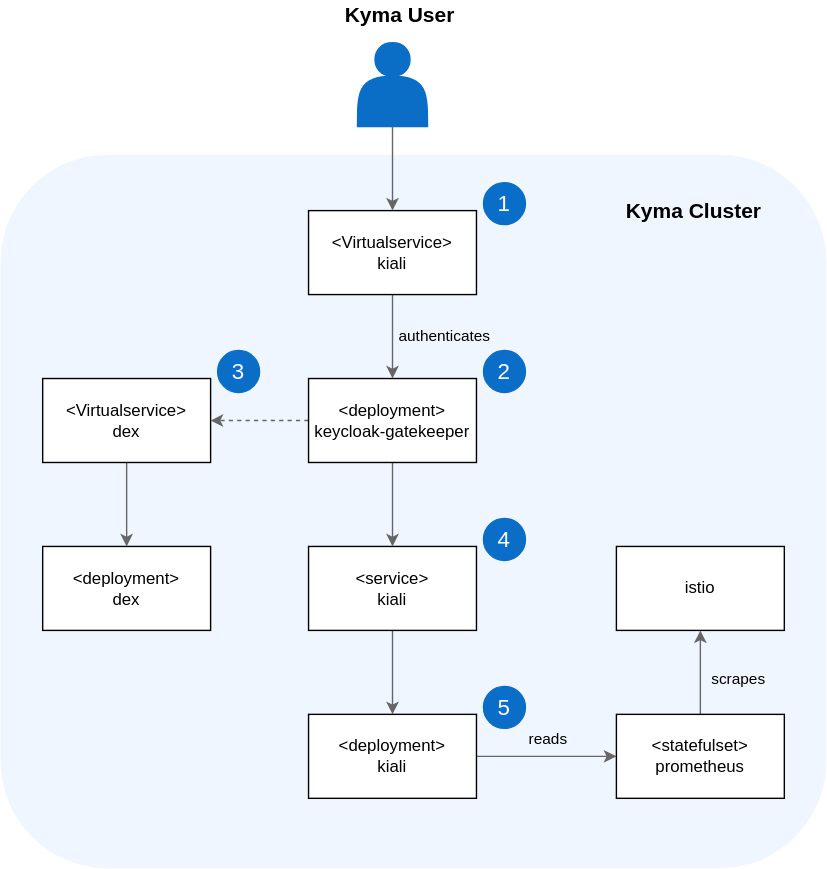
Above: docs/05-technical-reference/00-architecture/assets/obsv-kiali-architecture.svg in kyma-project/kyma (draw.io), before the change. Source tidied: cells renumbered, new cells last; positions are measured from the earlier drawing's top-left corner, leaving out a move shared by most shapes.
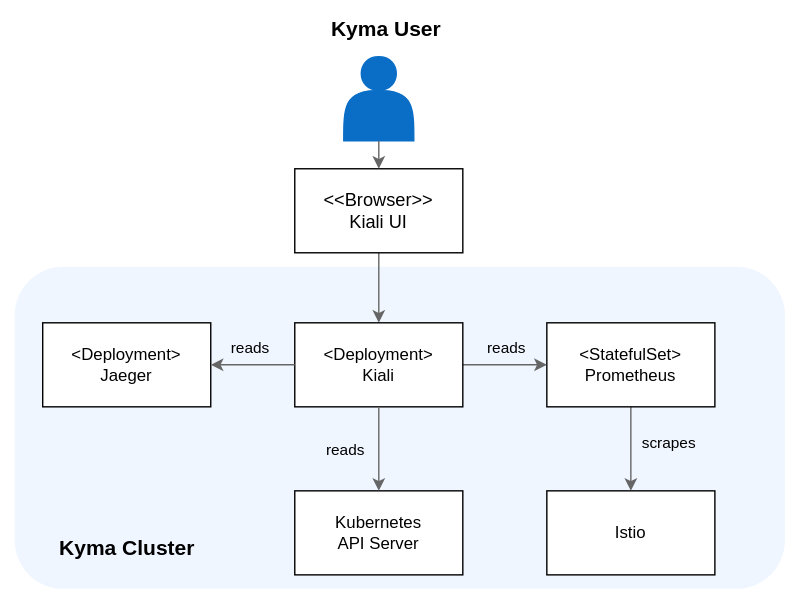
After the change.

Change to the diagram source:
```diff
@@ -2,38 +2,21 @@
   <root>
     <mxCell id="0" />
     <mxCell id="1" parent="0" />
+    <mxCell id="30" style="rounded=0;whiteSpace=wrap;html=1;strokeColor=none;fillColor=#FFFFFF;" parent="1" vertex="1">
+      <mxGeometry x="-10" y="40" width="570" height="420" as="geometry" />
+    </mxCell>
     <mxCell id="2" style="rounded=1;whiteSpace=wrap;html=1;strokeColor=none;fillColor=#F0F6FF;" parent="1" vertex="1">
-      <mxGeometry y="110" width="590" height="510" as="geometry" />
+      <mxGeometry y="230" width="550" height="230" as="geometry" />
     </mxCell>
     <mxCell id="3" value="&lt;font style=&quot;font-size: 15px&quot;&gt;&lt;b&gt;Kyma Cluster&lt;/b&gt;&lt;/font&gt;" style="text;html=1;align=center;verticalAlign=middle;" parent="1" vertex="1">
-      <mxGeometry x="440" y="140" width="110" height="20" as="geometry" />
+      <mxGeometry x="25" y="420" width="110" height="20" as="geometry" />
     </mxCell>
-    <mxCell id="4" style="edgeStyle=orthogonalEdgeStyle;rounded=1;jettySize=auto;html=1;strokeColor=#666666;" parent="1" edge="1" source="6" target="11">
+    <mxCell id="4" style="edgeStyle=orthogonalEdgeStyle;rounded=1;jettySize=auto;html=1;strokeColor=#666666;entryX=0.5;entryY=0;entryDx=0;entryDy=0;" parent="1" edge="1" source="6" target="14">
       <mxGeometry relative="1" as="geometry" />
     </mxCell>
-    <mxCell id="5" value="authenticates" style="edgeLabel;html=1;align=center;verticalAlign=middle;labelBackgroundColor=none;" parent="4" vertex="1">
-      <mxGeometry x="0.05" y="2" relative="1" as="geometry">
-        <mxPoint x="34" y="-3" as="offset" />
-      </mxGeometry>
-    </mxCell>
-    <mxCell id="6" value="&amp;lt;Virtualservice&amp;gt;&lt;br&gt;kiali" style="rounded=0;whiteSpace=wrap;html=1;" parent="1" vertex="1">
-      <mxGeometry x="220" y="150" width="120" height="60" as="geometry" />
+    <mxCell id="6" value="&lt;span style=&quot;font-size: 13px&quot;&gt;&amp;lt;&amp;lt;Browser&amp;gt;&amp;gt;&lt;/span&gt;&lt;br style=&quot;font-size: 13px&quot;&gt;&lt;span style=&quot;font-size: 13px&quot;&gt;Kiali UI&lt;/span&gt;" style="rounded=0;whiteSpace=wrap;html=1;" parent="1" vertex="1">
+      <mxGeometry x="200" y="160" width="120" height="60" as="geometry" />
     </mxCell>
-    <mxCell id="7" style="edgeStyle=orthogonalEdgeStyle;rounded=1;jettySize=auto;html=1;exitX=0.5;exitY=1;exitDx=0;exitDy=0;strokeColor=#666666;" parent="1" edge="1" source="8" target="14">
-      <mxGeometry relative="1" as="geometry" />
-    </mxCell>
-    <mxCell id="8" value="&amp;lt;service&amp;gt;&lt;br&gt;kiali" style="rounded=0;whiteSpace=wrap;html=1;" parent="1" vertex="1">
-      <mxGeometry x="220" y="390" width="120" height="60" as="geometry" />
-    </mxCell>
-    <mxCell id="9" style="edgeStyle=orthogonalEdgeStyle;rounded=1;jettySize=auto;html=1;exitX=0.5;exitY=1;exitDx=0;exitDy=0;entryX=0.5;entryY=0;entryDx=0;entryDy=0;strokeColor=#666666;" parent="1" edge="1" source="11" target="8">
-      <mxGeometry relative="1" as="geometry" />
-    </mxCell>
-    <mxCell id="10" style="edgeStyle=orthogonalEdgeStyle;rounded=1;jettySize=auto;html=1;dashed=1;strokeColor=#666666;" parent="1" edge="1" source="11" target="20">
-      <mxGeometry relative="1" as="geometry" />
-    </mxCell>
-    <mxCell id="11" value="&amp;lt;deployment&amp;gt;&lt;br&gt;keycloak-gatekeeper" style="rounded=0;whiteSpace=wrap;html=1;" parent="1" vertex="1">
-      <mxGeometry x="220" y="270" width="120" height="60" as="geometry" />
-    </mxCell>
     <mxCell id="12" style="edgeStyle=orthogonalEdgeStyle;rounded=1;jettySize=auto;html=1;exitX=1;exitY=0.5;exitDx=0;exitDy=0;entryX=0;entryY=0.5;entryDx=0;entryDy=0;strokeColor=#666666;" parent="1" edge="1" source="14" target="17">
       <mxGeometry relative="1" as="geometry" />
     </mxCell>
@@ -42,10 +25,10 @@
         <mxPoint x="-1" y="-13" as="offset" />
       </mxGeometry>
     </mxCell>
-    <mxCell id="14" value="&amp;lt;deployment&amp;gt;&lt;br&gt;kiali" style="rounded=0;whiteSpace=wrap;html=1;" parent="1" vertex="1">
-      <mxGeometry x="220" y="510" width="120" height="60" as="geometry" />
+    <mxCell id="14" value="&amp;lt;Deployment&amp;gt;&lt;br&gt;Kiali" style="rounded=0;whiteSpace=wrap;html=1;" parent="1" vertex="1">
+      <mxGeometry x="200" y="270" width="120" height="60" as="geometry" />
     </mxCell>
-    <mxCell id="15" style="edgeStyle=orthogonalEdgeStyle;rounded=1;jettySize=auto;html=1;exitX=0.5;exitY=0;exitDx=0;exitDy=0;entryX=0.5;entryY=1;entryDx=0;entryDy=0;strokeColor=#666666;" parent="1" edge="1" source="17" target="21">
+    <mxCell id="15" style="edgeStyle=orthogonalEdgeStyle;rounded=1;jettySize=auto;html=1;exitX=0.5;exitY=1;exitDx=0;exitDy=0;entryX=0.5;entryY=0;entryDx=0;entryDy=0;strokeColor=#666666;" parent="1" edge="1" source="17" target="21">
       <mxGeometry relative="1" as="geometry" />
     </mxCell>
     <mxCell id="16" value="scrapes" style="edgeLabel;html=1;align=center;verticalAlign=middle;labelBackgroundColor=none;" parent="15" vertex="1">
@@ -53,44 +36,47 @@
         <mxPoint x="26" as="offset" />
       </mxGeometry>
     </mxCell>
-    <mxCell id="17" value="&amp;lt;statefulset&amp;gt;&lt;br&gt;prometheus" style="rounded=0;whiteSpace=wrap;html=1;" parent="1" vertex="1">
-      <mxGeometry x="440" y="510" width="120" height="60" as="geometry" />
+    <mxCell id="17" value="&amp;lt;StatefulSet&amp;gt;&lt;br&gt;Prometheus" style="rounded=0;whiteSpace=wrap;html=1;" parent="1" vertex="1">
+      <mxGeometry x="380" y="270" width="120" height="60" as="geometry" />
     </mxCell>
-    <mxCell id="18" value="&amp;lt;deployment&amp;gt;&lt;br&gt;dex" style="rounded=0;whiteSpace=wrap;html=1;" parent="1" vertex="1">
-      <mxGeometry x="30" y="390" width="120" height="60" as="geometry" />
-    </mxCell>
-    <mxCell id="19" style="edgeStyle=orthogonalEdgeStyle;rounded=1;jettySize=auto;html=1;exitX=0.5;exitY=1;exitDx=0;exitDy=0;entryX=0.5;entryY=0;entryDx=0;entryDy=0;strokeColor=#666666;" parent="1" edge="1" source="20" target="18">
-      <mxGeometry relative="1" as="geometry" />
+    <mxCell id="19" style="edgeStyle=orthogonalEdgeStyle;rounded=1;orthogonalLoop=1;jettySize=auto;html=1;exitX=0.5;exitY=1;exitDx=0;exitDy=0;entryX=0.5;entryY=0;entryDx=0;entryDy=0;strokeColor=#666666;" parent="1" edge="1">
+      <mxGeometry relative="1" as="geometry">
+        <mxPoint x="90" y="330" as="sourcePoint" />
+      </mxGeometry>
     </mxCell>
-    <mxCell id="20" value="&amp;lt;Virtualservice&amp;gt;&lt;br&gt;dex" style="rounded=0;whiteSpace=wrap;html=1;" parent="1" vertex="1">
-      <mxGeometry x="30" y="270" width="120" height="60" as="geometry" />
-    </mxCell>
-    <mxCell id="21" value="istio" style="rounded=0;whiteSpace=wrap;html=1;" parent="1" vertex="1">
-      <mxGeometry x="440" y="390" width="120" height="60" as="geometry" />
+    <mxCell id="21" value="Istio" style="rounded=0;whiteSpace=wrap;html=1;" parent="1" vertex="1">
+      <mxGeometry x="380" y="390" width="120" height="60" as="geometry" />
     </mxCell>
     <mxCell id="22" style="shape=actor;whiteSpace=wrap;html=1;fillColor=#0A6EC7;strokeColor=#0A6EC7;" parent="1" vertex="1">
-      <mxGeometry x="255" y="30" width="50" height="60" as="geometry" />
+      <mxGeometry x="235" y="80" width="50" height="60" as="geometry" />
     </mxCell>
-    <mxCell id="23" value="&lt;font style=&quot;font-size: 16px&quot;&gt;1&lt;/font&gt;" style="ellipse;whiteSpace=wrap;html=1;labelBackgroundColor=#0A6ED1;fontColor=#FFFFFF;fillColor=#0A6EC7;strokeColor=#0A6EC7;" parent="1" vertex="1">
-      <mxGeometry x="345" y="130" width="30" height="30" as="geometry" />
-    </mxCell>
-    <mxCell id="24" value="&lt;font style=&quot;font-size: 16px&quot;&gt;2&lt;/font&gt;" style="ellipse;whiteSpace=wrap;html=1;labelBackgroundColor=#0A6ED1;fontColor=#FFFFFF;fillColor=#0A6EC7;strokeColor=#0A6EC7;" parent="1" vertex="1">
-      <mxGeometry x="345" y="250" width="30" height="30" as="geometry" />
-    </mxCell>
-    <mxCell id="25" value="&lt;font style=&quot;font-size: 16px&quot;&gt;3&lt;/font&gt;" style="ellipse;whiteSpace=wrap;html=1;labelBackgroundColor=#0A6ED1;fontColor=#FFFFFF;fillColor=#0A6EC7;strokeColor=#0A6EC7;" parent="1" vertex="1">
-      <mxGeometry x="155" y="250" width="30" height="30" as="geometry" />
-    </mxCell>
-    <mxCell id="26" value="&lt;span style=&quot;font-size: 16px&quot;&gt;5&lt;/span&gt;" style="ellipse;whiteSpace=wrap;html=1;labelBackgroundColor=#0A6ED1;fontColor=#FFFFFF;fillColor=#0A6EC7;strokeColor=#0A6EC7;" parent="1" vertex="1">
-      <mxGeometry x="345" y="490" width="30" height="30" as="geometry" />
-    </mxCell>
-    <mxCell id="27" value="&lt;font style=&quot;font-size: 16px&quot;&gt;4&lt;/font&gt;" style="ellipse;whiteSpace=wrap;html=1;labelBackgroundColor=#0A6ED1;fontColor=#FFFFFF;fillColor=#0A6EC7;strokeColor=#0A6EC7;" parent="1" vertex="1">
-      <mxGeometry x="345" y="370" width="30" height="30" as="geometry" />
-    </mxCell>
     <mxCell id="28" style="edgeStyle=orthogonalEdgeStyle;rounded=1;jettySize=auto;html=1;startArrow=none;startFill=0;endArrow=classic;endFill=1;strokeColor=#666666;entryX=0.5;entryY=0;entryDx=0;entryDy=0;exitX=0.5;exitY=1;exitDx=0;exitDy=0;" parent="1" edge="1" source="22" target="6">
       <mxGeometry relative="1" as="geometry" />
     </mxCell>
     <mxCell id="29" value="&lt;font style=&quot;font-size: 15px&quot;&gt;&lt;b&gt;Kyma User&lt;/b&gt;&lt;/font&gt;" style="text;html=1;align=center;verticalAlign=middle;fontSize=15;" parent="1" vertex="1">
-      <mxGeometry x="240" width="90" height="20" as="geometry" />
+      <mxGeometry x="220" y="50" width="90" height="20" as="geometry" />
     </mxCell>
+    <mxCell id="31" value="Kubernetes&lt;br&gt;API Server" style="rounded=0;whiteSpace=wrap;html=1;" parent="1" vertex="1">
+      <mxGeometry x="200" y="390" width="120" height="60" as="geometry" />
+    </mxCell>
+    <mxCell id="32" value="&amp;lt;Deployment&amp;gt;&lt;br&gt;Jaeger" style="rounded=0;whiteSpace=wrap;html=1;" parent="1" vertex="1">
+      <mxGeometry x="20" y="270" width="120" height="60" as="geometry" />
+    </mxCell>
+    <mxCell id="33" style="edgeStyle=orthogonalEdgeStyle;rounded=1;jettySize=auto;html=1;exitX=0.5;exitY=1;exitDx=0;exitDy=0;strokeColor=#666666;" parent="1" edge="1" source="14" target="31">
+      <mxGeometry relative="1" as="geometry" />
+    </mxCell>
+    <mxCell id="34" value="reads" style="edgeLabel;html=1;align=center;verticalAlign=middle;labelBackgroundColor=none;" parent="33" vertex="1">
+      <mxGeometry x="0.03" relative="1" as="geometry">
+        <mxPoint x="-25" y="-1" as="offset" />
+      </mxGeometry>
+    </mxCell>
+    <mxCell id="35" style="edgeStyle=orthogonalEdgeStyle;rounded=1;jettySize=auto;html=1;exitX=0;exitY=0.5;exitDx=0;exitDy=0;strokeColor=#666666;entryX=1;entryY=0.5;entryDx=0;entryDy=0;" parent="1" edge="1" source="14" target="32">
+      <mxGeometry relative="1" as="geometry" />
+    </mxCell>
+    <mxCell id="36" value="reads" style="edgeLabel;html=1;align=center;verticalAlign=middle;labelBackgroundColor=none;" parent="35" vertex="1">
+      <mxGeometry x="0.03" relative="1" as="geometry">
+        <mxPoint x="-1" y="-13" as="offset" />
+      </mxGeometry>
+    </mxCell>
   </root>
 </mxGraphModel>
```
